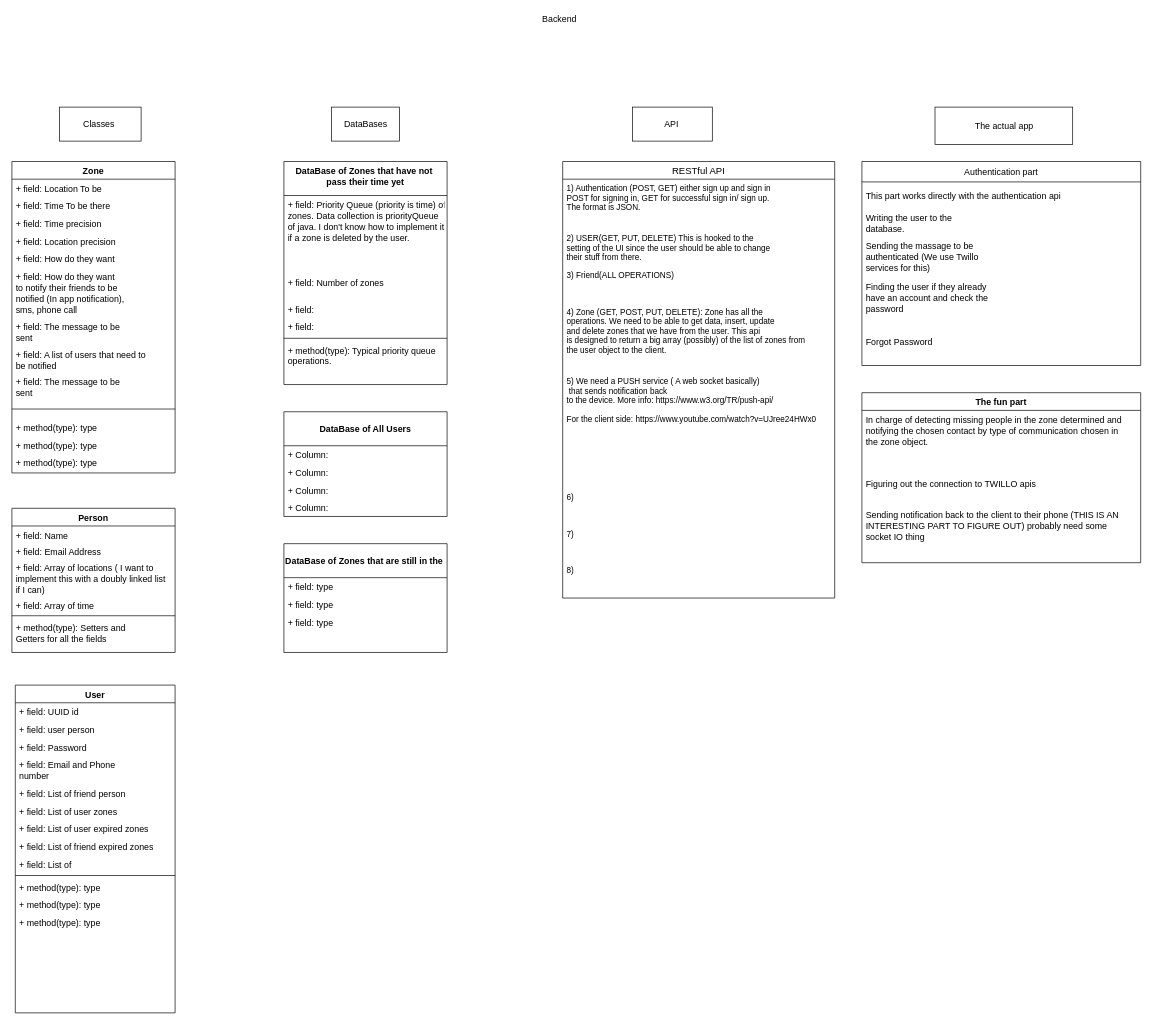
Before: page "Page-1" (1 of 2) of Untitled Diagram.drawio in mosaghafian/SUREDiagrams, a draw.io diagram. Source tidied: cells renumbered, new cells numbered last; positions are measured from the earlier drawing's top-left corner, leaving out a move shared by most shapes. Both pictures are drawn from the tidied source at 68%, with x=0, y=0 at pixel (12, 12).
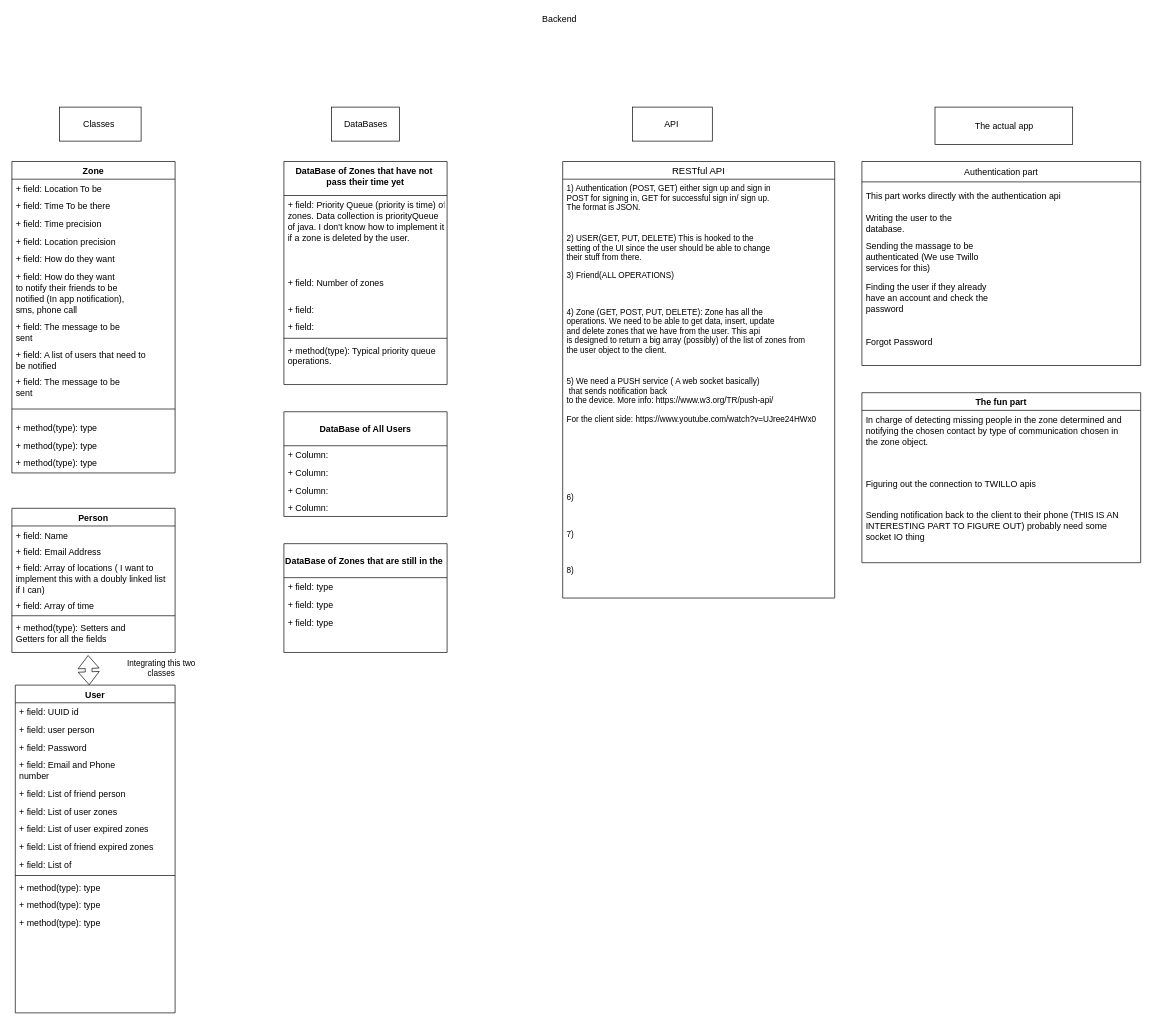
After the change.

Unchanged cells that the change refers to:
```xml
<mxCell id="8" value="+ method(type): Setters and &#10;Getters for all the fields" style="text;strokeColor=none;fillColor=none;align=left;verticalAlign=top;spacingLeft=4;spacingRight=4;overflow=hidden;points=[[0,0.5],[1,0.5]];portConstraint=eastwest;fontSize=13;" parent="2" vertex="1">
  <mxGeometry y="162" width="240" height="50" as="geometry" />
</mxCell>
<mxCell id="32" value="User" style="swimlane;fontStyle=1;align=center;verticalAlign=top;horizontal=1;startSize=26;fontSize=13;" parent="1" vertex="1">
  <mxGeometry x="5" y="990" width="235" height="482" as="geometry" />
</mxCell>
```

Change to the diagram source:
```diff
@@
+    <mxCell id="77" value="Integrating this two classes" style="text;html=1;strokeColor=none;fillColor=none;align=center;verticalAlign=middle;whiteSpace=wrap;rounded=0;" parent="1" vertex="1">
+      <mxGeometry x="150" y="950" width="140" height="30" as="geometry" />
+    </mxCell>
+    <mxCell id="78" style="shape=flexArrow;endArrow=classic;startArrow=classic;html=1;rounded=0;entryX=0.467;entryY=1.08;entryDx=0;entryDy=0;entryPerimeter=0;" parent="1" edge="1" source="32" target="8">
+      <mxGeometry relative="1" as="geometry" />
+    </mxCell>
```
